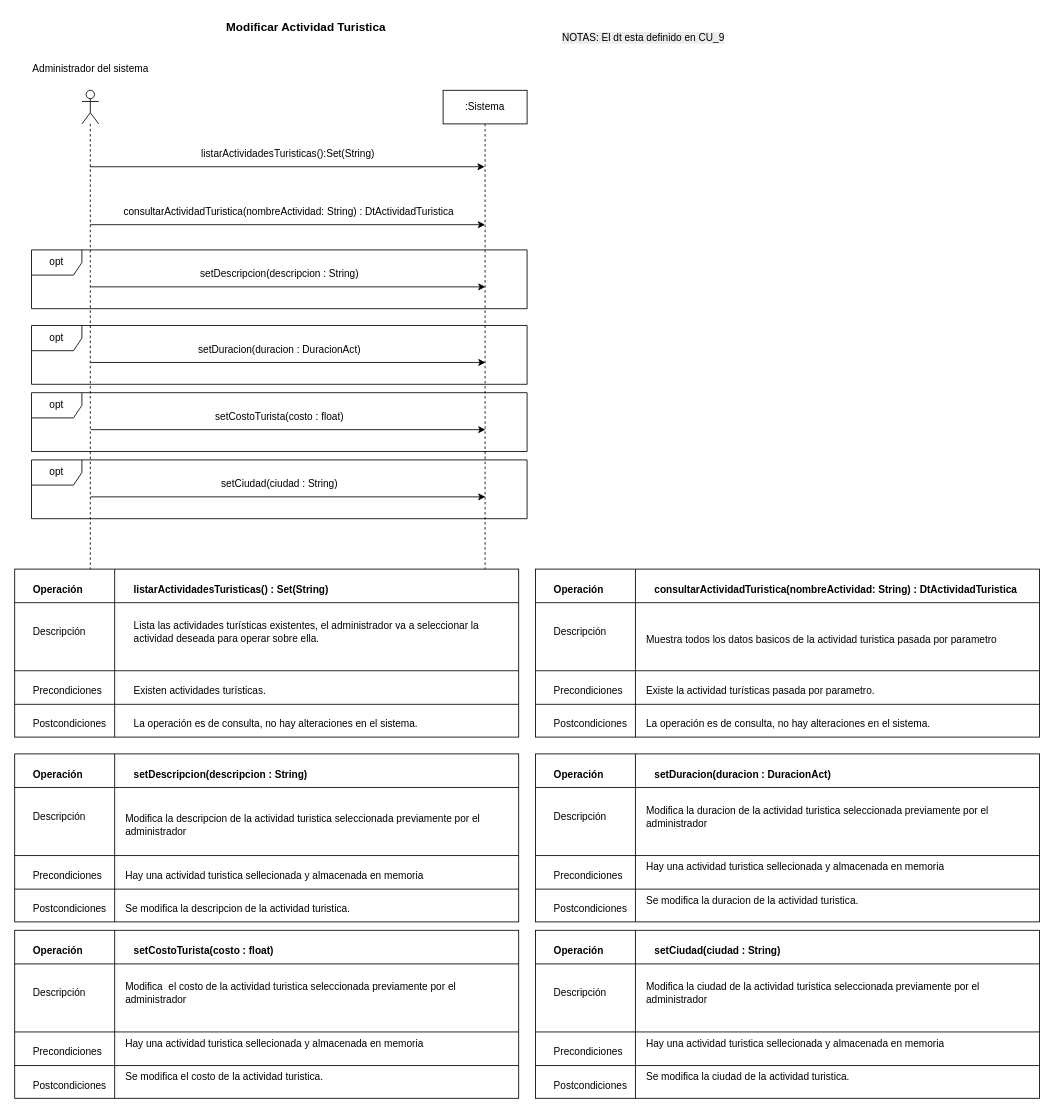
Earlier version of the draw.io diagram page "CU10_ModificarActividadTuristica" (11 of 12) of resources/Tarea1.drawio (rofernandezm/Tencnoinf_Pap2025_Tarea1). Source tidied: cells renumbered, new cells numbered last; positions are measured from the earlier drawing's top-left corner, leaving out a move shared by most shapes. Both pictures are drawn from the tidied source at 84%, with x=0, y=0 at pixel (14, 14).
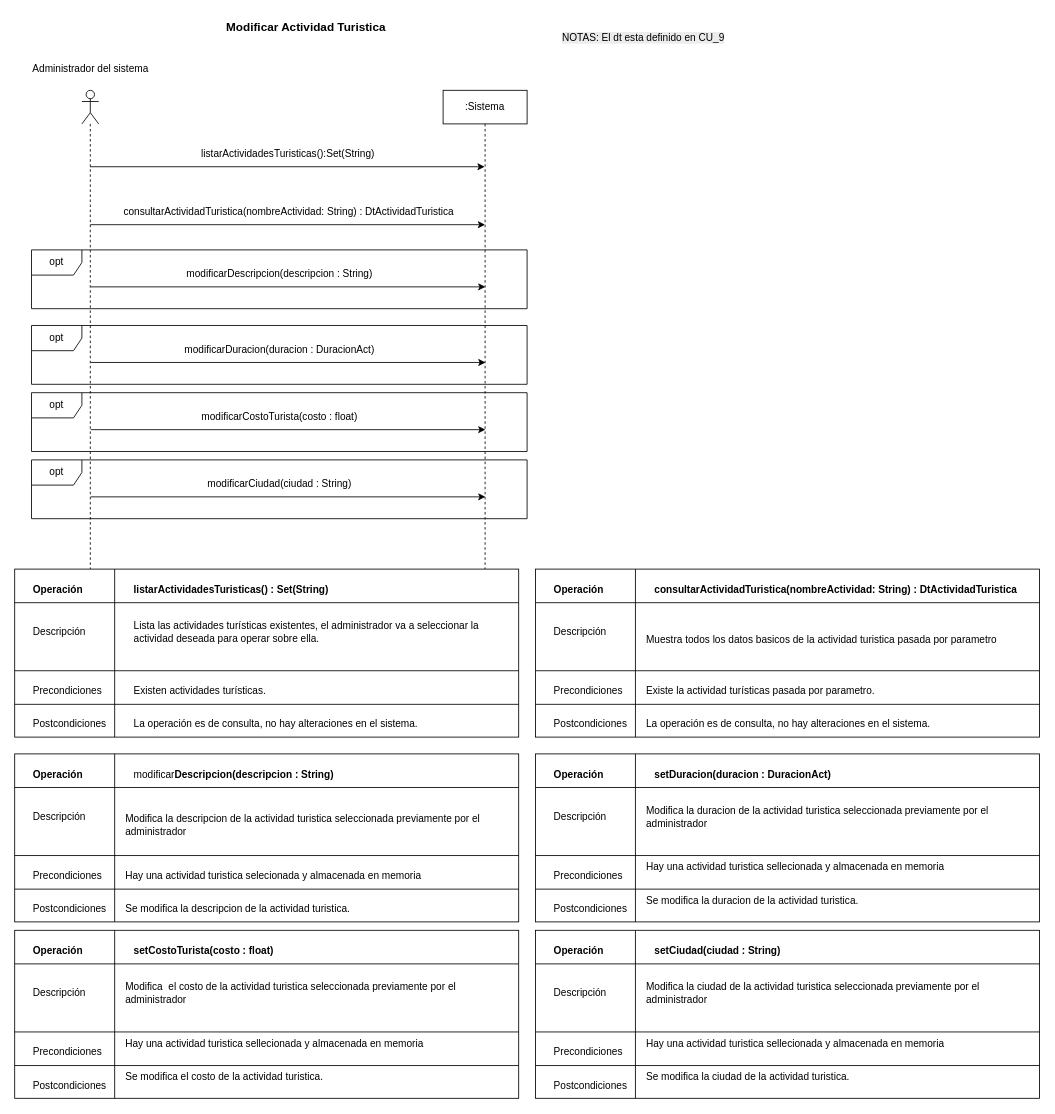
The same diagram, later.

The edit, as a diff of the source:
```diff
@@
-    <mxCell id="10" value="setDescripcion(descripcion : String)" style="text;html=1;align=center;verticalAlign=middle;strokeColor=none;fillColor=none;" parent="1" vertex="1">
-      <mxGeometry x="210" y="294" width="210" height="30" as="geometry" />
+    <mxCell id="10" value="modificarDescripcion(descripcion : String)" style="text;html=1;align=center;verticalAlign=middle;strokeColor=none;fillColor=none;" parent="1" vertex="1">
+      <mxGeometry x="195" y="294" width="240" height="30" as="geometry" />
     </mxCell>
@@
-    <mxCell id="13" value="setDuracion(duracion : DuracionAct)" style="text;html=1;align=center;verticalAlign=middle;strokeColor=none;fillColor=none;" parent="1" vertex="1">
-      <mxGeometry x="205.1" y="384" width="220" height="30" as="geometry" />
+    <mxCell id="13" value="modificarDuracion(duracion : DuracionAct)" style="text;html=1;align=center;verticalAlign=middle;strokeColor=none;fillColor=none;" parent="1" vertex="1">
+      <mxGeometry x="190.1" y="384" width="250" height="30" as="geometry" />
     </mxCell>
@@
-    <mxCell id="16" value="setCostoTurista(costo : float)" style="text;html=1;align=center;verticalAlign=middle;strokeColor=none;fillColor=none;" parent="1" vertex="1">
-      <mxGeometry x="225" y="464" width="180" height="30" as="geometry" />
+    <mxCell id="16" value="modificarCostoTurista(costo : float)" style="text;html=1;align=center;verticalAlign=middle;strokeColor=none;fillColor=none;" parent="1" vertex="1">
+      <mxGeometry x="210" y="464" width="210" height="30" as="geometry" />
     </mxCell>
@@
-    <mxCell id="19" value="setCiudad(ciudad : String)" style="text;html=1;align=center;verticalAlign=middle;strokeColor=none;fillColor=none;" parent="1" vertex="1">
-      <mxGeometry x="235" y="544" width="160" height="30" as="geometry" />
+    <mxCell id="19" value="modificarCiudad(ciudad : String)" style="text;html=1;align=center;verticalAlign=middle;strokeColor=none;fillColor=none;" parent="1" vertex="1">
+      <mxGeometry x="220" y="544" width="190" height="30" as="geometry" />
     </mxCell>
@@
-    <mxCell id="54" value="&lt;span style=&quot;text-align: center; text-wrap-mode: nowrap;&quot;&gt;setDescripcion(descripcion : String)&lt;/span&gt;" style="text;html=1;align=left;verticalAlign=middle;whiteSpace=wrap;rounded=0;fontStyle=1;" parent="1" vertex="1">
+    <mxCell id="54" value="&lt;span style=&quot;font-weight: 400; text-align: center; text-wrap-mode: nowrap;&quot;&gt;modificar&lt;/span&gt;&lt;span style=&quot;text-align: center; text-wrap-mode: nowrap;&quot;&gt;Descripcion(descripcion : String)&lt;/span&gt;" style="text;html=1;align=left;verticalAlign=middle;whiteSpace=wrap;rounded=0;fontStyle=1;" parent="1" vertex="1">
       <mxGeometry x="140" y="890" width="340" height="30" as="geometry" />
     </mxCell>
@@
-    <mxCell id="91" value="Hay una actividad turistica sellecionada y almacenada en memoria" style="text;html=1;align=left;verticalAlign=middle;whiteSpace=wrap;rounded=0;" parent="1" vertex="1">
+    <mxCell id="91" value="Hay una actividad turistica selecionada y almacenada en memoria" style="text;html=1;align=left;verticalAlign=middle;whiteSpace=wrap;rounded=0;" parent="1" vertex="1">
       <mxGeometry x="130" y="1010" width="460" height="30" as="geometry" />
     </mxCell>
```
